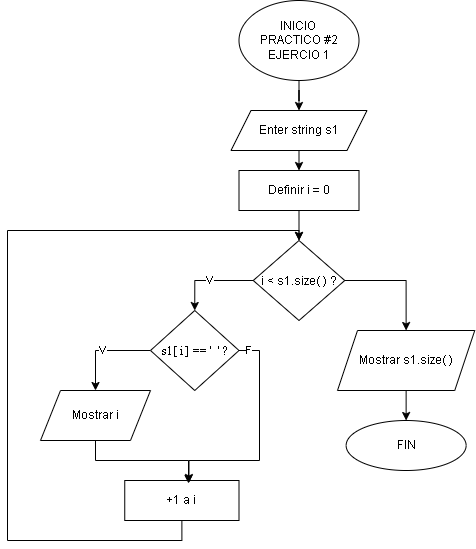
Above: Pract2 Eje1.drawio.png in D4ri4na/DiagramasDeFlujo (draw.io), before the change. Source tidied: cells renumbered, new cells last; positions are measured from the earlier drawing's top-left corner, leaving out a move shared by most shapes. Its diagram source:
```xml
<mxGraphModel>
  <root>
    <mxCell id="0" />
    <mxCell id="1" parent="0" />
    <mxCell id="2" style="edgeStyle=orthogonalEdgeStyle;rounded=0;jettySize=auto;html=1;exitX=0.5;exitY=1;exitDx=0;exitDy=0;fontFamily=Helvetica;" parent="1" edge="1" source="3" target="5">
      <mxGeometry relative="1" as="geometry" />
    </mxCell>
    <mxCell id="3" value="INICIO&amp;nbsp;&lt;div&gt;PRACTICO #2&lt;br&gt;&lt;div&gt;EJERCIO 1&lt;/div&gt;&lt;/div&gt;" style="ellipse;whiteSpace=wrap;html=1;fontFamily=Helvetica;" parent="1" vertex="1">
      <mxGeometry x="231.5" width="120" height="80" as="geometry" />
    </mxCell>
    <mxCell id="4" style="edgeStyle=orthogonalEdgeStyle;rounded=0;jettySize=auto;html=1;exitX=0.5;exitY=1;exitDx=0;exitDy=0;entryX=0.5;entryY=0;entryDx=0;entryDy=0;fontFamily=Helvetica;" parent="1" edge="1" source="5">
      <mxGeometry relative="1" as="geometry">
        <mxPoint x="291.5" y="170" as="targetPoint" />
      </mxGeometry>
    </mxCell>
    <mxCell id="5" value="Enter string s1" style="shape=parallelogram;perimeter=parallelogramPerimeter;whiteSpace=wrap;html=1;fixedSize=1;fontFamily=Helvetica;" parent="1" vertex="1">
      <mxGeometry x="223.5" y="110" width="136" height="40" as="geometry" />
    </mxCell>
    <mxCell id="6" style="edgeStyle=orthogonalEdgeStyle;rounded=0;jettySize=auto;html=1;exitX=0.5;exitY=1;exitDx=0;exitDy=0;entryX=0.5;entryY=0;entryDx=0;entryDy=0;" parent="1" edge="1" source="7" target="10">
      <mxGeometry relative="1" as="geometry" />
    </mxCell>
    <mxCell id="7" value="Definir i = 0" style="rounded=0;whiteSpace=wrap;html=1;" parent="1" vertex="1">
      <mxGeometry x="231.5" y="170" width="120" height="40" as="geometry" />
    </mxCell>
    <mxCell id="8" value="V" style="edgeStyle=orthogonalEdgeStyle;rounded=0;jettySize=auto;html=1;exitX=0;exitY=0.5;exitDx=0;exitDy=0;entryX=0.5;entryY=0;entryDx=0;entryDy=0;" parent="1" edge="1" source="10" target="12">
      <mxGeometry relative="1" as="geometry" />
    </mxCell>
    <mxCell id="9" style="edgeStyle=orthogonalEdgeStyle;rounded=0;jettySize=auto;html=1;exitX=1;exitY=0.5;exitDx=0;exitDy=0;entryX=0.5;entryY=0;entryDx=0;entryDy=0;" parent="1" edge="1" source="10" target="19">
      <mxGeometry relative="1" as="geometry" />
    </mxCell>
    <mxCell id="10" value="&lt;div style=&quot;line-height: 19px; white-space: pre;&quot;&gt;&lt;font style=&quot;font-size: 12px;&quot; face=&quot;Helvetica&quot;&gt;i &amp;lt; s1.size( ) ?&lt;/font&gt;&lt;/div&gt;" style="rhombus;whiteSpace=wrap;html=1;" parent="1" vertex="1">
      <mxGeometry x="245.8" y="240" width="91.5" height="80" as="geometry" />
    </mxCell>
    <mxCell id="11" value="V" style="edgeStyle=orthogonalEdgeStyle;rounded=0;jettySize=auto;html=1;exitX=0;exitY=0.5;exitDx=0;exitDy=0;entryX=0.5;entryY=0;entryDx=0;entryDy=0;" parent="1" edge="1" source="12" target="13">
      <mxGeometry relative="1" as="geometry" />
    </mxCell>
    <mxCell id="12" value="&lt;font style=&quot;font-size: 12px;&quot; face=&quot;Helvetica&quot;&gt;&lt;br&gt;&lt;/font&gt;&lt;div style=&quot;font-weight: normal; line-height: 19px; white-space: pre;&quot;&gt;&lt;div&gt;&lt;font style=&quot;font-size: 12px;&quot; face=&quot;aPhMXy9acI9b3G9SYoG7&quot;&gt;s1[ i ] == '  ' ?&lt;/font&gt;&lt;/div&gt;&lt;/div&gt;&lt;font style=&quot;font-size: 12px;&quot; face=&quot;aPhMXy9acI9b3G9SYoG7&quot;&gt;&lt;br&gt;&lt;/font&gt;" style="rhombus;whiteSpace=wrap;html=1;" parent="1" vertex="1">
      <mxGeometry x="143" y="310" width="88.5" height="80" as="geometry" />
    </mxCell>
    <mxCell id="13" value="Mostrar i" style="shape=parallelogram;perimeter=parallelogramPerimeter;whiteSpace=wrap;html=1;fixedSize=1;" parent="1" vertex="1">
      <mxGeometry x="33" y="390" width="110" height="50" as="geometry" />
    </mxCell>
    <mxCell id="14" style="edgeStyle=orthogonalEdgeStyle;rounded=0;jettySize=auto;html=1;exitX=0.5;exitY=1;exitDx=0;exitDy=0;entryX=0.5;entryY=0;entryDx=0;entryDy=0;" parent="1" edge="1" source="15" target="10">
      <mxGeometry relative="1" as="geometry">
        <Array as="points">
          <mxPoint x="174" y="540" />
          <mxPoint y="540" />
          <mxPoint y="230" />
          <mxPoint x="292" y="230" />
        </Array>
      </mxGeometry>
    </mxCell>
    <mxCell id="15" value="+1 a i" style="rounded=0;whiteSpace=wrap;html=1;" parent="1" vertex="1">
      <mxGeometry x="117.2" y="480" width="114.2" height="40" as="geometry" />
    </mxCell>
    <mxCell id="16" value="F" style="edgeStyle=orthogonalEdgeStyle;rounded=0;jettySize=auto;html=1;exitX=1;exitY=0.5;exitDx=0;exitDy=0;entryX=0.562;entryY=0.05;entryDx=0;entryDy=0;entryPerimeter=0;" parent="1" edge="1" source="12" target="15">
      <mxGeometry x="-0.92" relative="1" as="geometry">
        <Array as="points">
          <mxPoint x="252" y="350" />
          <mxPoint x="252" y="460" />
          <mxPoint x="182" y="460" />
        </Array>
        <mxPoint x="1" as="offset" />
      </mxGeometry>
    </mxCell>
    <mxCell id="17" style="edgeStyle=orthogonalEdgeStyle;rounded=0;jettySize=auto;html=1;exitX=0.5;exitY=1;exitDx=0;exitDy=0;entryX=0.558;entryY=0.075;entryDx=0;entryDy=0;entryPerimeter=0;" parent="1" edge="1" source="13" target="15">
      <mxGeometry relative="1" as="geometry" />
    </mxCell>
    <mxCell id="18" style="edgeStyle=orthogonalEdgeStyle;rounded=0;jettySize=auto;html=1;exitX=0.5;exitY=1;exitDx=0;exitDy=0;entryX=0.5;entryY=0;entryDx=0;entryDy=0;" parent="1" edge="1" source="19" target="20">
      <mxGeometry relative="1" as="geometry" />
    </mxCell>
    <mxCell id="19" value="Mostrar s1.size( )" style="shape=parallelogram;perimeter=parallelogramPerimeter;whiteSpace=wrap;html=1;fixedSize=1;" parent="1" vertex="1">
      <mxGeometry x="330" y="330" width="137.2" height="60" as="geometry" />
    </mxCell>
    <mxCell id="20" value="FIN" style="ellipse;whiteSpace=wrap;html=1;" parent="1" vertex="1">
      <mxGeometry x="338.6" y="420" width="120" height="50" as="geometry" />
    </mxCell>
  </root>
</mxGraphModel>
```
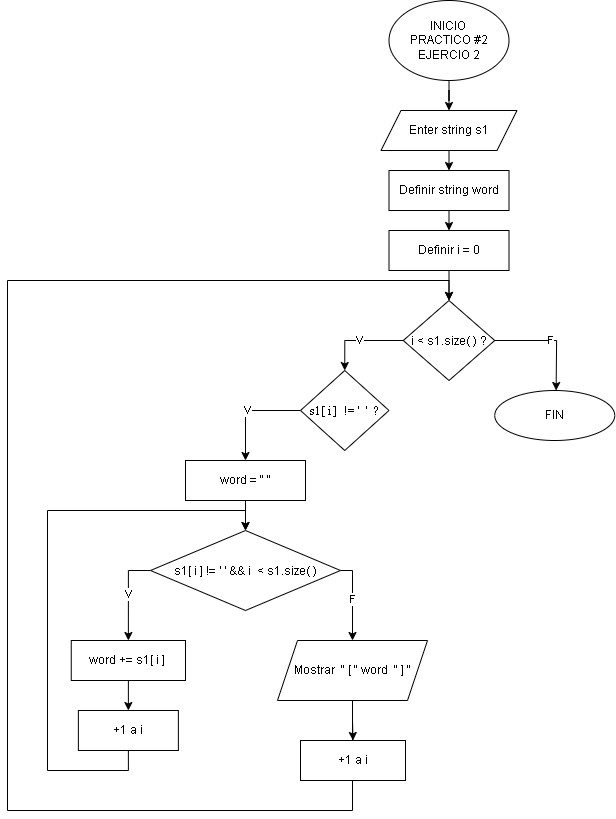
After the change.

Commit message:
Actualizar Pract2 Eje2.drawio.png

Diff of the diagram source:
```diff
@@ -5,7 +5,7 @@
     <mxCell id="2" style="edgeStyle=orthogonalEdgeStyle;rounded=0;jettySize=auto;html=1;exitX=0.5;exitY=1;exitDx=0;exitDy=0;fontFamily=Helvetica;" parent="1" edge="1" source="3" target="5">
       <mxGeometry relative="1" as="geometry" />
     </mxCell>
-    <mxCell id="3" value="INICIO&amp;nbsp;&lt;div&gt;PRACTICO #2&lt;br&gt;&lt;div&gt;EJERCIO 1&lt;/div&gt;&lt;/div&gt;" style="ellipse;whiteSpace=wrap;html=1;fontFamily=Helvetica;" parent="1" vertex="1">
+    <mxCell id="3" value="INICIO&amp;nbsp;&lt;div&gt;PRACTICO #2&lt;br&gt;&lt;div&gt;EJERCIO 2&lt;/div&gt;&lt;/div&gt;" style="ellipse;whiteSpace=wrap;html=1;fontFamily=Helvetica;" parent="1" vertex="1">
       <mxGeometry x="231.5" width="120" height="80" as="geometry" />
     </mxCell>
     <mxCell id="4" style="edgeStyle=orthogonalEdgeStyle;rounded=0;jettySize=auto;html=1;exitX=0.5;exitY=1;exitDx=0;exitDy=0;entryX=0.5;entryY=0;entryDx=0;entryDy=0;fontFamily=Helvetica;" parent="1" edge="1" source="5">
@@ -16,64 +16,96 @@
     <mxCell id="5" value="Enter string s1" style="shape=parallelogram;perimeter=parallelogramPerimeter;whiteSpace=wrap;html=1;fixedSize=1;fontFamily=Helvetica;" parent="1" vertex="1">
       <mxGeometry x="223.5" y="110" width="136" height="40" as="geometry" />
     </mxCell>
-    <mxCell id="6" style="edgeStyle=orthogonalEdgeStyle;rounded=0;jettySize=auto;html=1;exitX=0.5;exitY=1;exitDx=0;exitDy=0;entryX=0.5;entryY=0;entryDx=0;entryDy=0;" parent="1" edge="1" source="7" target="10">
-      <mxGeometry relative="1" as="geometry" />
+    <mxCell id="6" style="edgeStyle=orthogonalEdgeStyle;rounded=0;jettySize=auto;html=1;exitX=0.5;exitY=1;exitDx=0;exitDy=0;entryX=0.5;entryY=0;entryDx=0;entryDy=0;" parent="1" edge="1" target="10">
+      <mxGeometry relative="1" as="geometry">
+        <mxPoint x="291.5" y="270" as="sourcePoint" />
+      </mxGeometry>
     </mxCell>
+    <mxCell id="21" style="edgeStyle=orthogonalEdgeStyle;rounded=0;jettySize=auto;html=1;exitX=0.5;exitY=1;exitDx=0;exitDy=0;entryX=0.5;entryY=0;entryDx=0;entryDy=0;" parent="1" edge="1" source="7" target="24">
+      <mxGeometry relative="1" as="geometry" />
+    </mxCell>
-    <mxCell id="7" value="Definir i = 0" style="rounded=0;whiteSpace=wrap;html=1;" parent="1" vertex="1">
+    <mxCell id="7" value="Definir string word" style="rounded=0;whiteSpace=wrap;html=1;" parent="1" vertex="1">
       <mxGeometry x="231.5" y="170" width="120" height="40" as="geometry" />
     </mxCell>
     <mxCell id="8" value="V" style="edgeStyle=orthogonalEdgeStyle;rounded=0;jettySize=auto;html=1;exitX=0;exitY=0.5;exitDx=0;exitDy=0;entryX=0.5;entryY=0;entryDx=0;entryDy=0;" parent="1" edge="1" source="10" target="12">
       <mxGeometry relative="1" as="geometry" />
     </mxCell>
-    <mxCell id="9" style="edgeStyle=orthogonalEdgeStyle;rounded=0;jettySize=auto;html=1;exitX=1;exitY=0.5;exitDx=0;exitDy=0;entryX=0.5;entryY=0;entryDx=0;entryDy=0;" parent="1" edge="1" source="10" target="19">
-      <mxGeometry relative="1" as="geometry" />
+    <mxCell id="9" value="F" style="edgeStyle=orthogonalEdgeStyle;rounded=0;jettySize=auto;html=1;exitX=1;exitY=0.5;exitDx=0;exitDy=0;entryX=0.5;entryY=0;entryDx=0;entryDy=0;" parent="1" edge="1" source="10">
+      <mxGeometry relative="1" as="geometry">
+        <mxPoint x="398.6" y="390" as="targetPoint" />
+      </mxGeometry>
     </mxCell>
     <mxCell id="10" value="&lt;div style=&quot;line-height: 19px; white-space: pre;&quot;&gt;&lt;font style=&quot;font-size: 12px;&quot; face=&quot;Helvetica&quot;&gt;i &amp;lt; s1.size( ) ?&lt;/font&gt;&lt;/div&gt;" style="rhombus;whiteSpace=wrap;html=1;" parent="1" vertex="1">
-      <mxGeometry x="245.8" y="240" width="91.5" height="80" as="geometry" />
+      <mxGeometry x="245.8" y="300" width="91.5" height="80" as="geometry" />
     </mxCell>
-    <mxCell id="11" value="V" style="edgeStyle=orthogonalEdgeStyle;rounded=0;jettySize=auto;html=1;exitX=0;exitY=0.5;exitDx=0;exitDy=0;entryX=0.5;entryY=0;entryDx=0;entryDy=0;" parent="1" edge="1" source="12" target="13">
-      <mxGeometry relative="1" as="geometry" />
-    </mxCell>
+    <mxCell id="22" value="V" style="edgeStyle=orthogonalEdgeStyle;rounded=0;jettySize=auto;html=1;exitX=0;exitY=0.5;exitDx=0;exitDy=0;entryX=0.5;entryY=0;entryDx=0;entryDy=0;" parent="1" edge="1" source="12" target="26">
+      <mxGeometry relative="1" as="geometry" />
+    </mxCell>
-    <mxCell id="12" value="&lt;font style=&quot;font-size: 12px;&quot; face=&quot;Helvetica&quot;&gt;&lt;br&gt;&lt;/font&gt;&lt;div style=&quot;font-weight: normal; line-height: 19px; white-space: pre;&quot;&gt;&lt;div&gt;&lt;font style=&quot;font-size: 12px;&quot; face=&quot;aPhMXy9acI9b3G9SYoG7&quot;&gt;s1[ i ] == '  ' ?&lt;/font&gt;&lt;/div&gt;&lt;/div&gt;&lt;font style=&quot;font-size: 12px;&quot; face=&quot;aPhMXy9acI9b3G9SYoG7&quot;&gt;&lt;br&gt;&lt;/font&gt;" style="rhombus;whiteSpace=wrap;html=1;" parent="1" vertex="1">
-      <mxGeometry x="143" y="310" width="88.5" height="80" as="geometry" />
+    <mxCell id="12" value="&lt;font style=&quot;font-size: 12px;&quot; face=&quot;Helvetica&quot;&gt;&lt;br&gt;&lt;/font&gt;&lt;div style=&quot;font-weight: normal; line-height: 19px; white-space: pre;&quot;&gt;&lt;div&gt;&lt;font style=&quot;font-size: 12px;&quot; face=&quot;aPhMXy9acI9b3G9SYoG7&quot;&gt;s1[ i ]  != '  '  ?&lt;/font&gt;&lt;/div&gt;&lt;/div&gt;&lt;font style=&quot;font-size: 12px;&quot; face=&quot;aPhMXy9acI9b3G9SYoG7&quot;&gt;&lt;br&gt;&lt;/font&gt;" style="rhombus;whiteSpace=wrap;html=1;" parent="1" vertex="1">
+      <mxGeometry x="143" y="370" width="88.5" height="80" as="geometry" />
     </mxCell>
-    <mxCell id="13" value="Mostrar i" style="shape=parallelogram;perimeter=parallelogramPerimeter;whiteSpace=wrap;html=1;fixedSize=1;" parent="1" vertex="1">
-      <mxGeometry x="33" y="390" width="110" height="50" as="geometry" />
-    </mxCell>
-    <mxCell id="14" style="edgeStyle=orthogonalEdgeStyle;rounded=0;jettySize=auto;html=1;exitX=0.5;exitY=1;exitDx=0;exitDy=0;entryX=0.5;entryY=0;entryDx=0;entryDy=0;" parent="1" edge="1" source="15" target="10">
-      <mxGeometry relative="1" as="geometry">
-        <Array as="points">
-          <mxPoint x="174" y="540" />
-          <mxPoint y="540" />
-          <mxPoint y="230" />
-          <mxPoint x="292" y="230" />
-        </Array>
-      </mxGeometry>
-    </mxCell>
+    <mxCell id="23" style="edgeStyle=orthogonalEdgeStyle;rounded=0;jettySize=auto;html=1;exitX=0.5;exitY=1;exitDx=0;exitDy=0;entryX=0.5;entryY=0;entryDx=0;entryDy=0;" parent="1" edge="1" source="15" target="30">
+      <mxGeometry relative="1" as="geometry" />
+    </mxCell>
-    <mxCell id="15" value="+1 a i" style="rounded=0;whiteSpace=wrap;html=1;" parent="1" vertex="1">
-      <mxGeometry x="117.2" y="480" width="114.2" height="40" as="geometry" />
+    <mxCell id="15" value="word +=&amp;nbsp;&lt;span style=&quot;white-space: pre; background-color: rgb(255, 255, 255);&quot;&gt;s1[ i ] &lt;/span&gt;" style="rounded=0;whiteSpace=wrap;html=1;" parent="1" vertex="1">
+      <mxGeometry x="-86.2" y="640" width="114.2" height="40" as="geometry" />
     </mxCell>
+    <mxCell id="20" value="FIN" style="ellipse;whiteSpace=wrap;html=1;" parent="1" vertex="1">
+      <mxGeometry x="337.2" y="390" width="120" height="50" as="geometry" />
+    </mxCell>
+    <mxCell id="24" value="Definir i = 0" style="rounded=0;whiteSpace=wrap;html=1;" parent="1" vertex="1">
+      <mxGeometry x="231.5" y="230" width="120" height="40" as="geometry" />
+    </mxCell>
+    <mxCell id="25" style="edgeStyle=orthogonalEdgeStyle;rounded=0;jettySize=auto;html=1;exitX=0.5;exitY=1;exitDx=0;exitDy=0;entryX=0.5;entryY=0;entryDx=0;entryDy=0;" parent="1" edge="1" source="26" target="28">
+      <mxGeometry relative="1" as="geometry" />
+    </mxCell>
+    <mxCell id="26" value="word = &quot; &quot;" style="rounded=0;whiteSpace=wrap;html=1;" parent="1" vertex="1">
+      <mxGeometry x="28" y="460" width="120" height="40" as="geometry" />
+    </mxCell>
+    <mxCell id="27" value="V" style="edgeStyle=orthogonalEdgeStyle;rounded=0;jettySize=auto;html=1;exitX=0;exitY=0.5;exitDx=0;exitDy=0;entryX=0.5;entryY=0;entryDx=0;entryDy=0;" parent="1" edge="1" source="28" target="15">
+      <mxGeometry relative="1" as="geometry" />
+    </mxCell>
-    <mxCell id="16" value="F" style="edgeStyle=orthogonalEdgeStyle;rounded=0;jettySize=auto;html=1;exitX=1;exitY=0.5;exitDx=0;exitDy=0;entryX=0.562;entryY=0.05;entryDx=0;entryDy=0;entryPerimeter=0;" parent="1" edge="1" source="12" target="15">
-      <mxGeometry x="-0.92" relative="1" as="geometry">
+    <mxCell id="16" value="F" style="edgeStyle=orthogonalEdgeStyle;rounded=0;jettySize=auto;html=1;exitX=1;exitY=0.5;exitDx=0;exitDy=0;entryX=0.5;entryY=0;entryDx=0;entryDy=0;" parent="1" edge="1" source="28" target="33">
+      <mxGeometry relative="1" as="geometry">
         <Array as="points">
-          <mxPoint x="252" y="350" />
-          <mxPoint x="252" y="460" />
-          <mxPoint x="182" y="460" />
+          <mxPoint x="195" y="570" />
         </Array>
-        <mxPoint x="1" as="offset" />
       </mxGeometry>
     </mxCell>
-    <mxCell id="17" style="edgeStyle=orthogonalEdgeStyle;rounded=0;jettySize=auto;html=1;exitX=0.5;exitY=1;exitDx=0;exitDy=0;entryX=0.558;entryY=0.075;entryDx=0;entryDy=0;entryPerimeter=0;" parent="1" edge="1" source="13" target="15">
-      <mxGeometry relative="1" as="geometry" />
-    </mxCell>
-    <mxCell id="18" style="edgeStyle=orthogonalEdgeStyle;rounded=0;jettySize=auto;html=1;exitX=0.5;exitY=1;exitDx=0;exitDy=0;entryX=0.5;entryY=0;entryDx=0;entryDy=0;" parent="1" edge="1" source="19" target="20">
-      <mxGeometry relative="1" as="geometry" />
-    </mxCell>
-    <mxCell id="19" value="Mostrar s1.size( )" style="shape=parallelogram;perimeter=parallelogramPerimeter;whiteSpace=wrap;html=1;fixedSize=1;" parent="1" vertex="1">
-      <mxGeometry x="330" y="330" width="137.2" height="60" as="geometry" />
-    </mxCell>
-    <mxCell id="20" value="FIN" style="ellipse;whiteSpace=wrap;html=1;" parent="1" vertex="1">
-      <mxGeometry x="338.6" y="420" width="120" height="50" as="geometry" />
-    </mxCell>
+    <mxCell id="28" value="&lt;font face=&quot;Helvetica&quot; style=&quot;font-size: 12px;&quot;&gt;&lt;br&gt;&lt;/font&gt;&lt;div style=&quot;background-color: rgb(255, 255, 255); font-weight: normal; line-height: 19px; white-space: pre;&quot;&gt;&lt;div&gt;&lt;font face=&quot;Helvetica&quot; style=&quot;font-size: 12px;&quot;&gt;s1[ i ] != ' ' &amp;amp;&amp;amp; i  &amp;lt; s1.size( )&lt;/font&gt;&lt;/div&gt;&lt;/div&gt;&lt;font face=&quot;fasZDs1dVsq42sTJvbr6&quot; style=&quot;font-size: 12px;&quot;&gt;&lt;br&gt;&lt;/font&gt;" style="rhombus;whiteSpace=wrap;html=1;" parent="1" vertex="1">
+      <mxGeometry x="-7" y="530" width="190" height="80" as="geometry" />
+    </mxCell>
+    <mxCell id="29" style="edgeStyle=orthogonalEdgeStyle;rounded=0;jettySize=auto;html=1;exitX=0.5;exitY=1;exitDx=0;exitDy=0;entryX=0.5;entryY=0;entryDx=0;entryDy=0;" parent="1" edge="1" source="30" target="28">
+      <mxGeometry relative="1" as="geometry">
+        <Array as="points">
+          <mxPoint x="-29" y="770" />
+          <mxPoint x="-110" y="770" />
+          <mxPoint x="-110" y="510" />
+          <mxPoint x="88" y="510" />
+        </Array>
+      </mxGeometry>
+    </mxCell>
+    <mxCell id="30" value="+1 a i" style="rounded=0;whiteSpace=wrap;html=1;" parent="1" vertex="1">
+      <mxGeometry x="-79.1" y="710" width="100" height="40" as="geometry" />
+    </mxCell>
+    <mxCell id="31" style="edgeStyle=orthogonalEdgeStyle;rounded=0;jettySize=auto;html=1;exitX=0.5;exitY=1;exitDx=0;exitDy=0;entryX=0.5;entryY=0;entryDx=0;entryDy=0;" parent="1" edge="1" source="33" target="10">
+      <mxGeometry relative="1" as="geometry">
+        <Array as="points">
+          <mxPoint x="195" y="810" />
+          <mxPoint x="-150" y="810" />
+          <mxPoint x="-150" y="280" />
+          <mxPoint x="292" y="280" />
+        </Array>
+      </mxGeometry>
+    </mxCell>
+    <mxCell id="32" style="edgeStyle=orthogonalEdgeStyle;rounded=0;jettySize=auto;html=1;exitX=0.5;exitY=1;exitDx=0;exitDy=0;entryX=0.5;entryY=0;entryDx=0;entryDy=0;" parent="1" edge="1" source="33" target="34">
+      <mxGeometry relative="1" as="geometry" />
+    </mxCell>
+    <mxCell id="33" value="&lt;font style=&quot;font-size: 12px;&quot; face=&quot;Helvetica&quot;&gt;Mostrar&amp;nbsp;&amp;nbsp;&lt;span style=&quot;white-space: pre;&quot;&gt;&quot; [ &quot; &lt;/span&gt;&lt;span style=&quot;background-color: rgb(255, 255, 255); white-space: pre;&quot;&gt;word  &lt;/span&gt;&lt;span style=&quot;white-space: pre;&quot;&gt;&quot; ] &quot;&lt;/span&gt;&lt;/font&gt;" style="shape=parallelogram;perimeter=parallelogramPerimeter;whiteSpace=wrap;html=1;fixedSize=1;" parent="1" vertex="1">
+      <mxGeometry x="120" y="640" width="150" height="60" as="geometry" />
+    </mxCell>
+    <mxCell id="34" value="+1 a i" style="rounded=0;whiteSpace=wrap;html=1;" parent="1" vertex="1">
+      <mxGeometry x="143" y="740" width="105" height="40" as="geometry" />
+    </mxCell>
   </root>
 </mxGraphModel>
```
